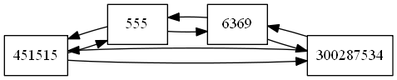
Angel357/-EDD-Proyecto2 keeps this Graphviz diagram as Proyecto2/graphListaC.png. Above is the earlier version. Its source is kept beside it as Proyecto2/graphListaC.dot.
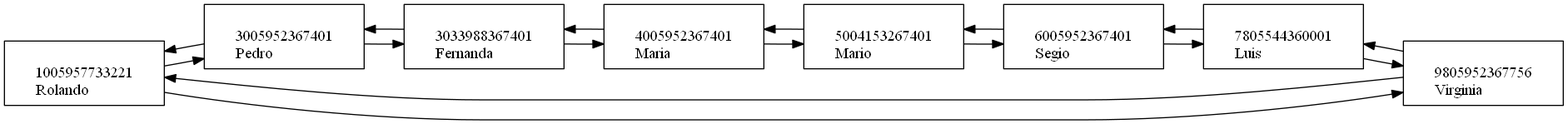
Later version of the same file.

What changed in the source:
```diff
@@ -1,16 +1,68 @@
 digraph {
-node[shape=box];
+node[shape=box width=2 height=0.8];
 rankdir=LR;
-451515[shape=box, label="451515"];
-451515->555
-451515->300287534
-555[shape=box, label="555"];
-555->6369
-555->451515
-6369[shape=box, label="6369"];
-6369->300287534
-6369->555
-300287534[shape=box, label="300287534"];
-300287534->451515
-300287534->6369
+"1005957733221
+Rolando"
+"1005957733221
+Rolando"->"3005952367401
+Pedro"
+"1005957733221
+Rolando"->"9805952367756
+Virginia"
+"3005952367401
+Pedro"
+"3005952367401
+Pedro"->"3033988367401
+Fernanda"
+"3005952367401
+Pedro"->"1005957733221
+Rolando"
+"3033988367401
+Fernanda"
+"3033988367401
+Fernanda"->"4005952367401
+Maria"
+"3033988367401
+Fernanda"->"3005952367401
+Pedro"
+"4005952367401
+Maria"
+"4005952367401
+Maria"->"5004153267401
+Mario"
+"4005952367401
+Maria"->"3033988367401
+Fernanda"
+"5004153267401
+Mario"
+"5004153267401
+Mario"->"6005952367401
+Segio"
+"5004153267401
+Mario"->"4005952367401
+Maria"
+"6005952367401
+Segio"
+"6005952367401
+Segio"->"7805544360001
+Luis"
+"6005952367401
+Segio"->"5004153267401
+Mario"
+"7805544360001
+Luis"
+"7805544360001
+Luis"->"9805952367756
+Virginia"
+"7805544360001
+Luis"->"6005952367401
+Segio"
+"9805952367756
+Virginia"
+"9805952367756
+Virginia"->"1005957733221
+Rolando"
+"9805952367756
+Virginia"->"7805544360001
+Luis"
  }
```
